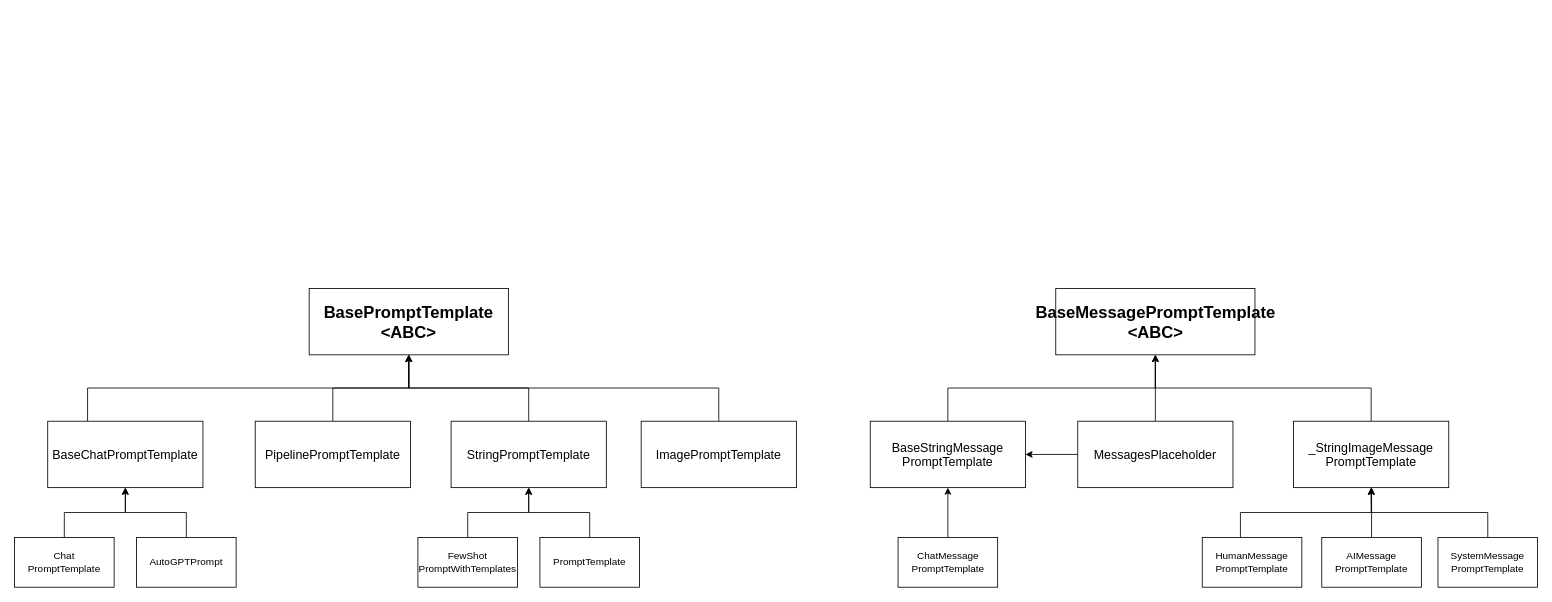
Earlier version of the draw.io diagram page "prompts" (2 of 9) of LangChain_Notes.drawio (ooooona/toolkits). Source tidied: cells renumbered, new cells numbered last; positions are measured from the earlier drawing's top-left corner, leaving out a move shared by most shapes. Both pictures are drawn from the tidied source at 83%, with x=0, y=0 at pixel (14, 288).
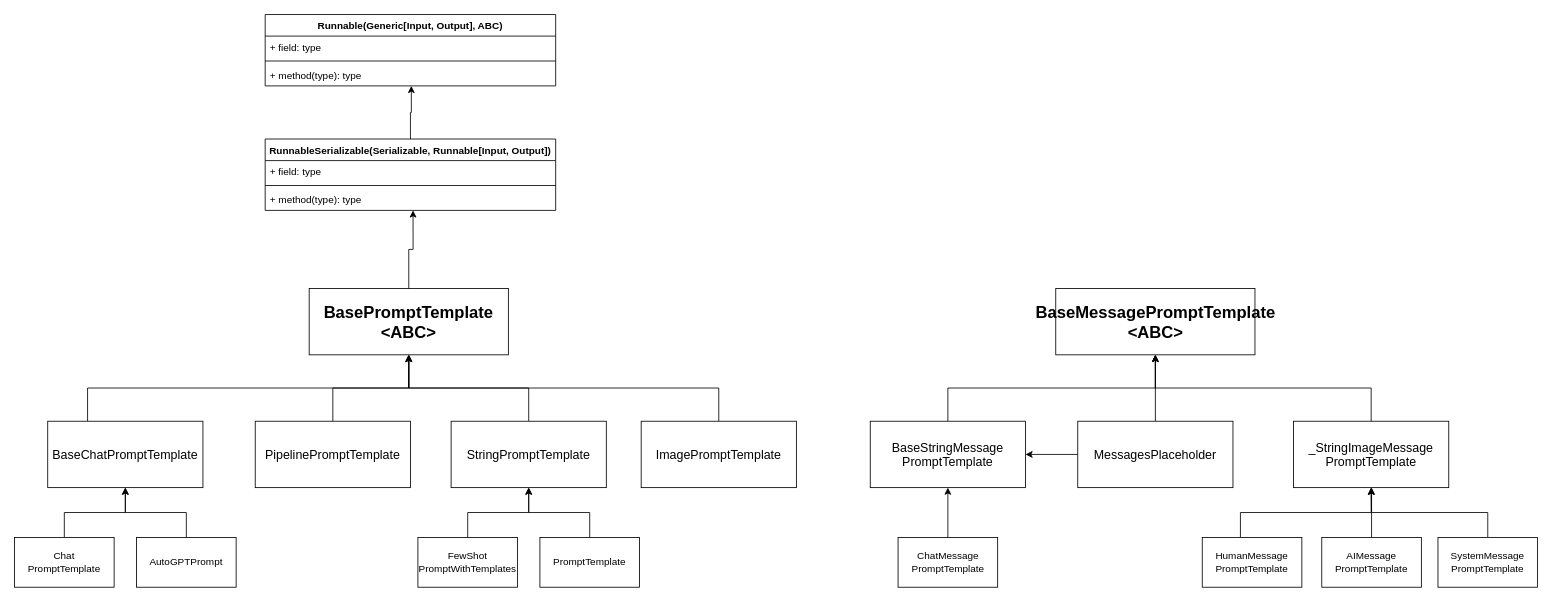
After the change.

Unchanged cells that the change refers to:
```xml
<mxCell id="4" value="&lt;font style=&quot;font-size: 20px;&quot;&gt;&lt;b style=&quot;&quot;&gt;BasePromptTemplate&lt;/b&gt;&lt;/font&gt;&lt;div style=&quot;font-size: 20px;&quot;&gt;&lt;font style=&quot;font-size: 20px;&quot;&gt;&lt;b style=&quot;&quot;&gt;&amp;lt;ABC&amp;gt;&lt;/b&gt;&lt;/font&gt;&lt;/div&gt;" style="html=1;whiteSpace=wrap;" parent="1" vertex="1">
  <mxGeometry x="355" width="240" height="80" as="geometry" />
</mxCell>
```

What changed in the source:
```diff
@@
+    <mxCell id="35" style="edgeStyle=orthogonalEdgeStyle;rounded=0;jettySize=auto;html=1;entryX=0.503;entryY=1;entryDx=0;entryDy=0;entryPerimeter=0;" parent="1" edge="1" source="36" target="43">
+      <mxGeometry relative="1" as="geometry" />
+    </mxCell>
+    <mxCell id="36" value="&lt;div&gt;&lt;div&gt;RunnableSerializable(Serializable, Runnable[Input, Output])&lt;/div&gt;&lt;/div&gt;&lt;div&gt;&lt;br&gt;&lt;/div&gt;" style="swimlane;fontStyle=1;align=center;verticalAlign=top;horizontal=1;startSize=26;whiteSpace=wrap;html=1;" parent="1" vertex="1">
+      <mxGeometry x="302" y="-180" width="350" height="86" as="geometry" />
+    </mxCell>
+    <mxCell id="37" value="+ field: type" style="text;strokeColor=none;fillColor=none;align=left;verticalAlign=top;spacingLeft=4;spacingRight=4;overflow=hidden;whiteSpace=wrap;html=1;" parent="36" vertex="1">
+      <mxGeometry y="26" width="350" height="26" as="geometry" />
+    </mxCell>
+    <mxCell id="38" style="line;strokeWidth=1;fillColor=none;align=left;verticalAlign=middle;spacingTop=-1;spacingLeft=3;spacingRight=3;labelPosition=right;strokeColor=inherit;" parent="36" vertex="1">
+      <mxGeometry y="52" width="350" height="8" as="geometry" />
+    </mxCell>
+    <mxCell id="39" value="+ method(type): type" style="text;strokeColor=none;fillColor=none;align=left;verticalAlign=top;spacingLeft=4;spacingRight=4;overflow=hidden;points=[[0,0.5],[1,0.5]];portConstraint=eastwest;whiteSpace=wrap;html=1;" parent="36" vertex="1">
+      <mxGeometry y="60" width="350" height="26" as="geometry" />
+    </mxCell>
+    <mxCell id="40" value="&lt;div&gt;&lt;div&gt;Runnable(Generic[Input, Output], ABC)&lt;/div&gt;&lt;/div&gt;" style="swimlane;fontStyle=1;align=center;verticalAlign=top;horizontal=1;startSize=26;whiteSpace=wrap;html=1;" parent="1" vertex="1">
+      <mxGeometry x="302" y="-330" width="350" height="86" as="geometry" />
+    </mxCell>
+    <mxCell id="41" value="+ field: type" style="text;strokeColor=none;fillColor=none;align=left;verticalAlign=top;spacingLeft=4;spacingRight=4;overflow=hidden;whiteSpace=wrap;html=1;" parent="40" vertex="1">
+      <mxGeometry y="26" width="350" height="26" as="geometry" />
+    </mxCell>
+    <mxCell id="42" style="line;strokeWidth=1;fillColor=none;align=left;verticalAlign=middle;spacingTop=-1;spacingLeft=3;spacingRight=3;labelPosition=right;strokeColor=inherit;" parent="40" vertex="1">
+      <mxGeometry y="52" width="350" height="8" as="geometry" />
+    </mxCell>
+    <mxCell id="43" value="+ method(type): type" style="text;strokeColor=none;fillColor=none;align=left;verticalAlign=top;spacingLeft=4;spacingRight=4;overflow=hidden;points=[[0,0.5],[1,0.5]];portConstraint=eastwest;whiteSpace=wrap;html=1;" parent="40" vertex="1">
+      <mxGeometry y="60" width="350" height="26" as="geometry" />
+    </mxCell>
+    <mxCell id="44" style="edgeStyle=orthogonalEdgeStyle;rounded=0;jettySize=auto;html=1;entryX=0.509;entryY=1;entryDx=0;entryDy=0;entryPerimeter=0;" parent="1" edge="1" source="4" target="39">
+      <mxGeometry relative="1" as="geometry" />
+    </mxCell>
```
